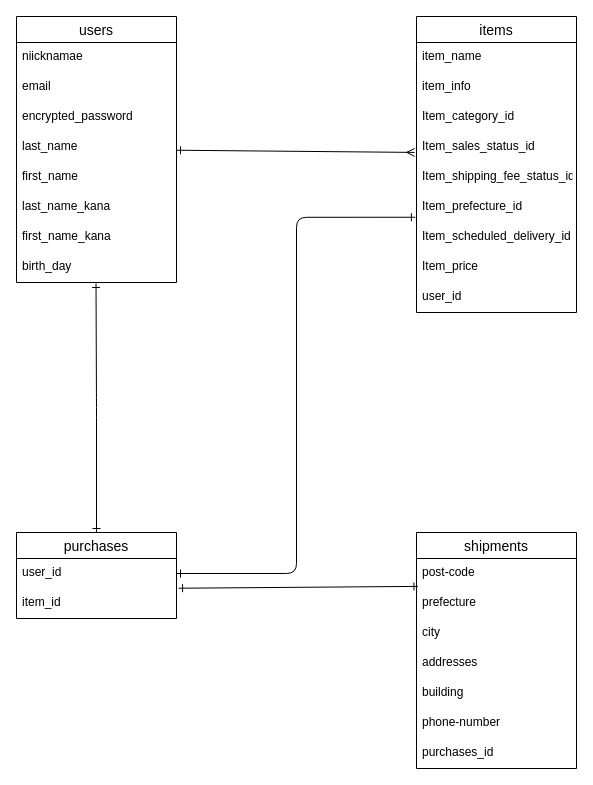
This is poject_er_diagram.dio from maru1019/furima-26234, a draw.io file, before an edit. Source tidied: cells renumbered, new cells numbered last; positions are measured from the earlier drawing's top-left corner, leaving out a move shared by most shapes. Both pictures are drawn from the tidied source at 100%, with x=0, y=0 at pixel (16, 16).
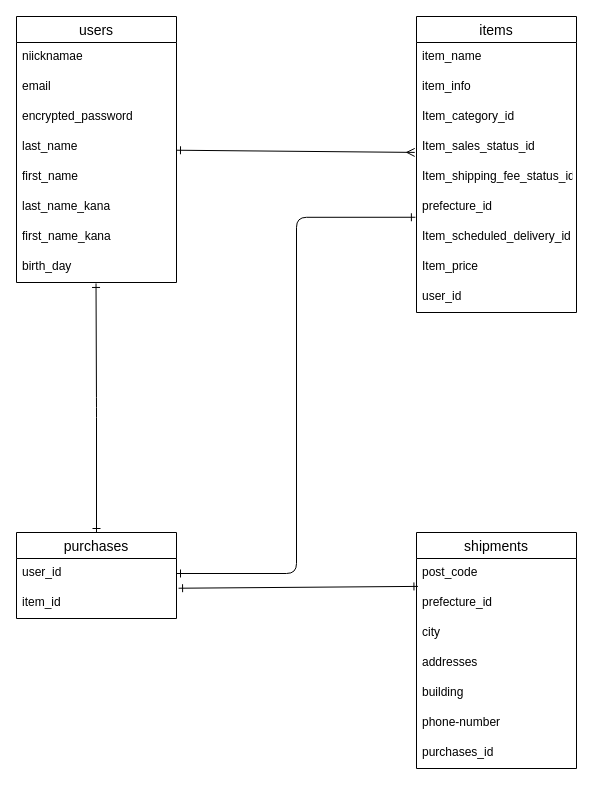
Above is the later version.

Commit message:
ER図、README設計編集③

Unchanged cells that the change refers to:
```xml
<mxCell id="12" value="shipments" style="swimlane;fontStyle=0;horizontal=1;startSize=26;align=center;fontSize=14;rounded=0;" parent="1" vertex="1">
  <mxGeometry x="400" y="516" width="160" height="236" as="geometry" />
</mxCell>
<mxCell id="20" value="items" style="swimlane;fontStyle=0;horizontal=1;startSize=26;align=center;fontSize=14;rounded=0;" parent="1" vertex="1">
  <mxGeometry x="400" width="160" height="296" as="geometry" />
</mxCell>
```

Diff of the diagram source:
```diff
@@
-    <mxCell id="13" value="post-code" style="text;strokeColor=none;fillColor=none;spacingLeft=4;spacingRight=4;overflow=hidden;points=[[0,0.5],[1,0.5]];portConstraint=eastwest;fontSize=12;rounded=0;" parent="12" vertex="1">
+    <mxCell id="13" value="post_code" style="text;strokeColor=none;fillColor=none;spacingLeft=4;spacingRight=4;overflow=hidden;points=[[0,0.5],[1,0.5]];portConstraint=eastwest;fontSize=12;rounded=0;" parent="12" vertex="1">
       <mxGeometry y="26" width="160" height="30" as="geometry" />
     </mxCell>
-    <mxCell id="14" value="prefecture" style="text;strokeColor=none;fillColor=none;spacingLeft=4;spacingRight=4;overflow=hidden;fontSize=12;rounded=0;" parent="12" vertex="1">
+    <mxCell id="14" value="prefecture_id" style="text;strokeColor=none;fillColor=none;spacingLeft=4;spacingRight=4;overflow=hidden;fontSize=12;rounded=0;" parent="12" vertex="1">
       <mxGeometry y="56" width="160" height="30" as="geometry" />
     </mxCell>
@@
-    <mxCell id="26" value="Item_prefecture_id" style="text;strokeColor=none;fillColor=none;spacingLeft=4;spacingRight=4;overflow=hidden;points=[[0,0.5],[1,0.5]];portConstraint=eastwest;fontSize=12;rounded=0;" parent="20" vertex="1">
+    <mxCell id="26" value="prefecture_id" style="text;strokeColor=none;fillColor=none;spacingLeft=4;spacingRight=4;overflow=hidden;points=[[0,0.5],[1,0.5]];portConstraint=eastwest;fontSize=12;rounded=0;" parent="20" vertex="1">
       <mxGeometry y="176" width="160" height="30" as="geometry" />
     </mxCell>
```
